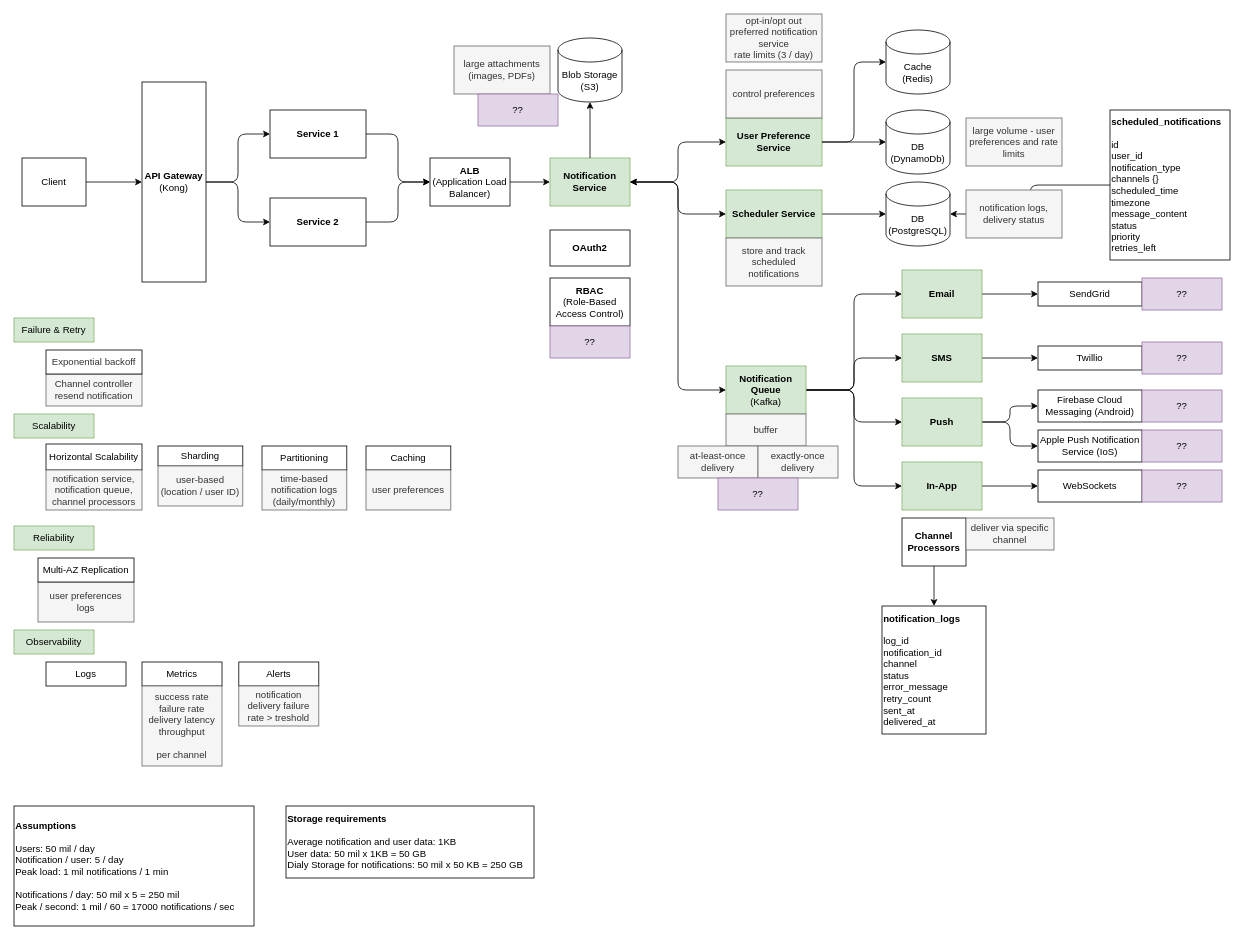
The draw.io diagram UNSORTED/_system-design/notifications.drawio in cosminbucur/system-design, before the edit. Source tidied: cells renumbered, new cells numbered last; positions are measured from the earlier drawing's top-left corner, leaving out a move shared by most shapes. Both pictures are drawn from the tidied source at 80%, with x=0, y=0 at pixel (14, 14).
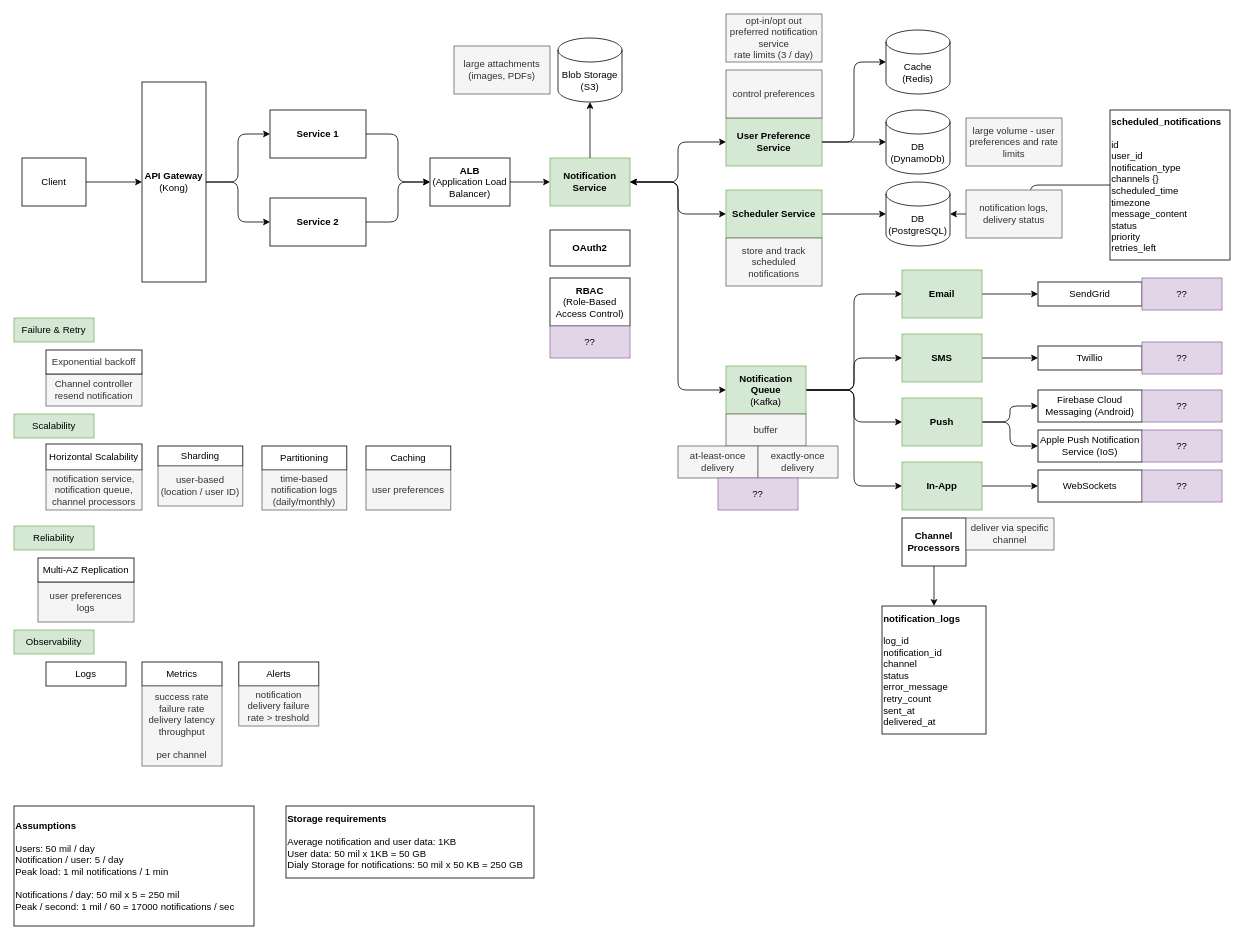
The same diagram, later.

Diff of the diagram source:
```diff
@@
-    <mxCell id="85" value="??" style="rounded=0;whiteSpace=wrap;html=1;fillColor=#e1d5e7;strokeColor=#9673a6;" parent="1" vertex="1">
-      <mxGeometry x="580" y="100" width="100" height="40" as="geometry" />
-    </mxCell>
```
